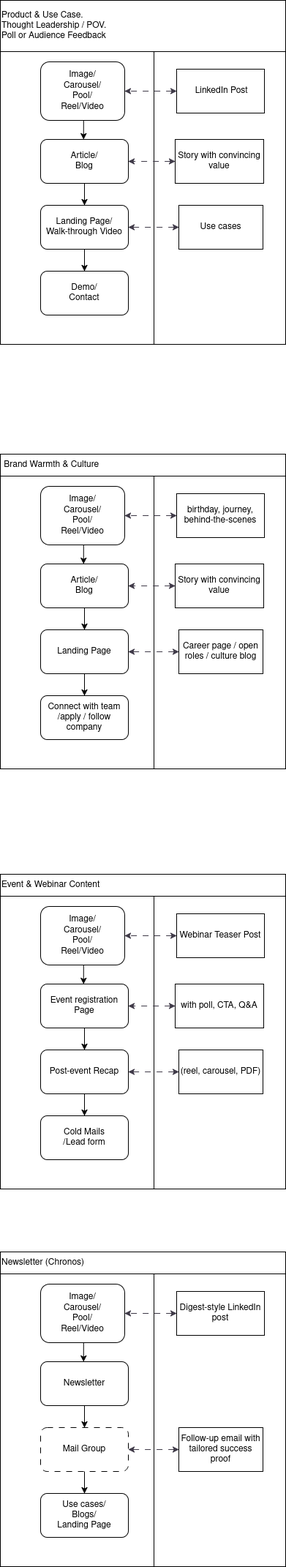
Before: usecase/Untitled Diagram.drawio.png, a diagram exported from draw.io (Meharaj-thoufik/Quality-Candidate-Recruit). Source tidied: cells renumbered, new cells last; positions are measured from the earlier drawing's top-left corner, leaving out a move shared by most shapes.
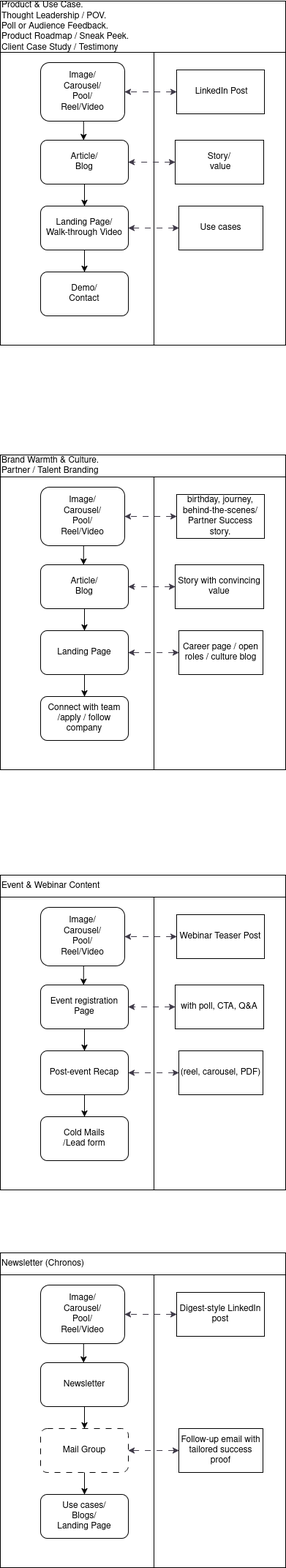
Later version of the same file.

Diff of the diagram source:
```diff
@@ -31,7 +31,7 @@
     <mxCell id="10" style="rounded=0;whiteSpace=wrap;html=1;fillColor=none;" parent="1" vertex="1">
       <mxGeometry x="210" y="70" width="180" height="400" as="geometry" />
     </mxCell>
-    <mxCell id="11" value="&lt;div align=&quot;left&quot;&gt;Product &amp;amp; Use Case.&lt;br&gt;Thought Leadership / POV.&lt;/div&gt;Poll or Audience Feedback" style="rounded=0;whiteSpace=wrap;html=1;fillColor=none;align=left;" parent="1" vertex="1">
+    <mxCell id="11" value="&lt;div align=&quot;left&quot;&gt;Product &amp;amp; Use Case.&lt;br&gt;Thought Leadership / POV.&lt;/div&gt;Poll or Audience Feedback.&lt;br&gt;Product Roadmap / Sneak Peek.&lt;br&gt;Client Case Study / Testimony" style="rounded=0;whiteSpace=wrap;html=1;fillColor=none;align=left;" parent="1" vertex="1">
       <mxGeometry width="390" height="70" as="geometry" />
     </mxCell>
     <mxCell id="12" style="rounded=0;whiteSpace=wrap;html=1;fillColor=none;" parent="1" vertex="1">
@@ -63,13 +63,13 @@
     <mxCell id="20" style="rounded=0;whiteSpace=wrap;html=1;fillColor=none;" parent="1" vertex="1">
       <mxGeometry x="210" y="650" width="180" height="400" as="geometry" />
     </mxCell>
-    <mxCell id="21" value="&lt;div align=&quot;left&quot;&gt;&amp;nbsp;Brand Warmth &amp;amp; Culture&lt;/div&gt;" style="rounded=0;whiteSpace=wrap;html=1;fillColor=none;align=left;" parent="1" vertex="1">
+    <mxCell id="21" value="&lt;div align=&quot;left&quot;&gt;Brand Warmth &amp;amp; Culture.&lt;br&gt;Partner / Talent Branding&lt;/div&gt;" style="rounded=0;whiteSpace=wrap;html=1;fillColor=none;align=left;" parent="1" vertex="1">
       <mxGeometry y="620" width="390" height="30" as="geometry" />
     </mxCell>
     <mxCell id="22" style="edgeStyle=orthogonalEdgeStyle;rounded=0;jettySize=auto;html=1;startArrow=classic;startFill=1;dashed=1;dashPattern=8 8;curved=0;strokeColor=light-dark(#3d3846, #ededed);" parent="1" edge="1" source="23" target="18">
       <mxGeometry relative="1" as="geometry" />
     </mxCell>
-    <mxCell id="23" value="birthday, journey, behind-the-scenes" style="rounded=0;whiteSpace=wrap;html=1;" parent="1" vertex="1">
+    <mxCell id="23" value="birthday, journey, behind-the-scenes/&lt;br&gt;Partner Success story." style="rounded=0;whiteSpace=wrap;html=1;" parent="1" vertex="1">
       <mxGeometry x="241" y="674" width="120" height="60" as="geometry" />
     </mxCell>
     <mxCell id="24" style="edgeStyle=orthogonalEdgeStyle;rounded=0;jettySize=auto;html=1;startArrow=classic;startFill=1;dashed=1;dashPattern=8 8;curved=0;strokeColor=light-dark(#3d3846, #ededed);" parent="1" edge="1" source="25">
@@ -101,7 +101,7 @@
         <mxPoint x="175" y="220" as="targetPoint" />
       </mxGeometry>
     </mxCell>
-    <mxCell id="31" value="Story with convincing value" style="rounded=0;whiteSpace=wrap;html=1;" parent="1" vertex="1">
+    <mxCell id="31" value="Story/&lt;br&gt;&amp;nbsp;value" style="rounded=0;whiteSpace=wrap;html=1;" parent="1" vertex="1">
       <mxGeometry x="239" y="190" width="121" height="60" as="geometry" />
     </mxCell>
     <mxCell id="32" style="edgeStyle=orthogonalEdgeStyle;rounded=0;jettySize=auto;html=1;startArrow=classic;startFill=1;dashed=1;dashPattern=8 8;curved=0;strokeColor=light-dark(#3d3846, #ededed);" parent="1" edge="1" source="33">
```
